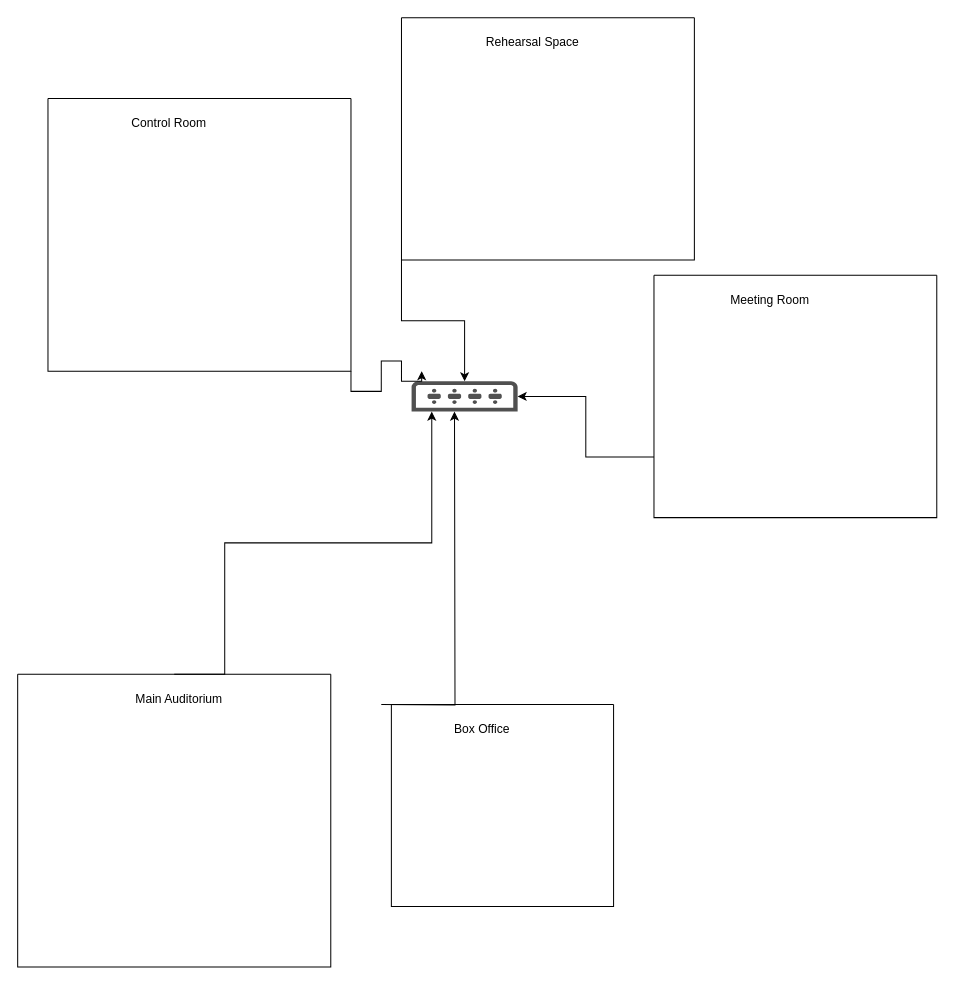
Above: Untitled Diagram.drawio in Lynn-nashe/Lynn-nashe (draw.io), before the change. Source tidied: cells renumbered, new cells numbered last; positions are measured from the earlier drawing's top-left corner, leaving out a move shared by most shapes. Both pictures are drawn from the tidied source at 101%, with x=0, y=0 at pixel (17, 17).
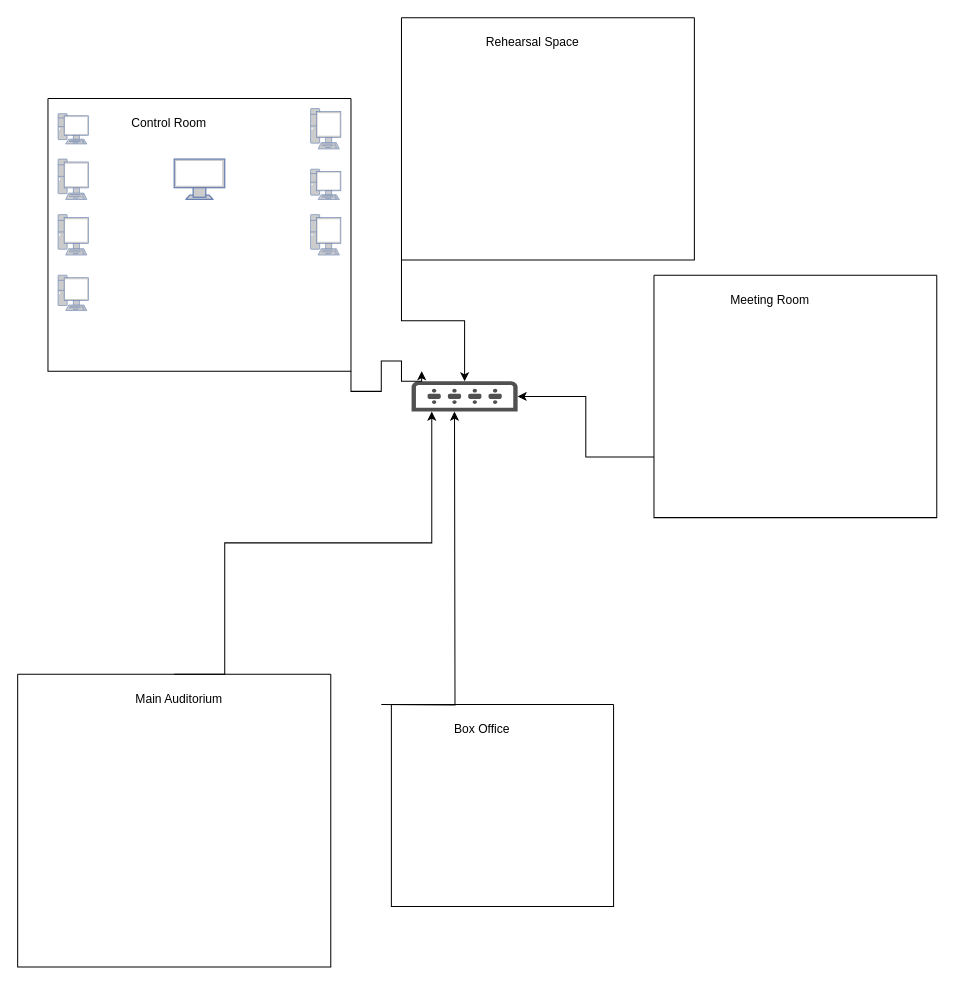
The same diagram, later.

Commit message:
LAN Network

Unchanged cells that the change refers to:
```xml
<mxCell id="4" style="swimlane;startSize=0;" parent="1" vertex="1">
  <mxGeometry x="30" y="80" width="300" height="270" as="geometry" />
</mxCell>
```

What changed in the source:
```diff
@@
+    <mxCell id="18" style="fontColor=#0066CC;verticalAlign=top;verticalLabelPosition=bottom;labelPosition=center;align=center;html=1;fillColor=#CCCCCC;strokeColor=#6881B3;gradientColor=none;gradientDirection=north;strokeWidth=2;shape=mxgraph.networks.pc;" parent="4" vertex="1">
+      <mxGeometry x="10" y="15" width="30" height="30" as="geometry" />
+    </mxCell>
+    <mxCell id="19" style="fontColor=#0066CC;verticalAlign=top;verticalLabelPosition=bottom;labelPosition=center;align=center;html=1;fillColor=#CCCCCC;strokeColor=#6881B3;gradientColor=none;gradientDirection=north;strokeWidth=2;shape=mxgraph.networks.pc;" parent="4" vertex="1">
+      <mxGeometry x="10" y="60" width="30" height="40" as="geometry" />
+    </mxCell>
+    <mxCell id="20" style="fontColor=#0066CC;verticalAlign=top;verticalLabelPosition=bottom;labelPosition=center;align=center;html=1;fillColor=#CCCCCC;strokeColor=#6881B3;gradientColor=none;gradientDirection=north;strokeWidth=2;shape=mxgraph.networks.pc;" parent="4" vertex="1">
+      <mxGeometry x="10" y="115" width="30" height="40" as="geometry" />
+    </mxCell>
+    <mxCell id="21" style="fontColor=#0066CC;verticalAlign=top;verticalLabelPosition=bottom;labelPosition=center;align=center;html=1;fillColor=#CCCCCC;strokeColor=#6881B3;gradientColor=none;gradientDirection=north;strokeWidth=2;shape=mxgraph.networks.pc;" parent="4" vertex="1">
+      <mxGeometry x="260" y="10" width="30" height="40" as="geometry" />
+    </mxCell>
+    <mxCell id="22" style="fontColor=#0066CC;verticalAlign=top;verticalLabelPosition=bottom;labelPosition=center;align=center;html=1;fillColor=#CCCCCC;strokeColor=#6881B3;gradientColor=none;gradientDirection=north;strokeWidth=2;shape=mxgraph.networks.pc;" parent="4" vertex="1">
+      <mxGeometry x="260" y="70" width="30" height="30" as="geometry" />
+    </mxCell>
+    <mxCell id="23" style="fontColor=#0066CC;verticalAlign=top;verticalLabelPosition=bottom;labelPosition=center;align=center;html=1;fillColor=#CCCCCC;strokeColor=#6881B3;gradientColor=none;gradientDirection=north;strokeWidth=2;shape=mxgraph.networks.pc;" parent="4" vertex="1">
+      <mxGeometry x="260" y="115" width="30" height="40" as="geometry" />
+    </mxCell>
+    <mxCell id="24" style="fontColor=#0066CC;verticalAlign=top;verticalLabelPosition=bottom;labelPosition=center;align=center;html=1;fillColor=#CCCCCC;strokeColor=#6881B3;gradientColor=none;gradientDirection=north;strokeWidth=2;shape=mxgraph.networks.pc;" parent="4" vertex="1">
+      <mxGeometry x="10" y="175" width="30" height="35" as="geometry" />
+    </mxCell>
+    <mxCell id="25" style="fontColor=#0066CC;verticalAlign=top;verticalLabelPosition=bottom;labelPosition=center;align=center;html=1;fillColor=#CCCCCC;strokeColor=#6881B3;gradientColor=none;gradientDirection=north;strokeWidth=2;shape=mxgraph.networks.monitor;" parent="4" vertex="1">
+      <mxGeometry x="125" y="60" width="50" height="40" as="geometry" />
+    </mxCell>
```
